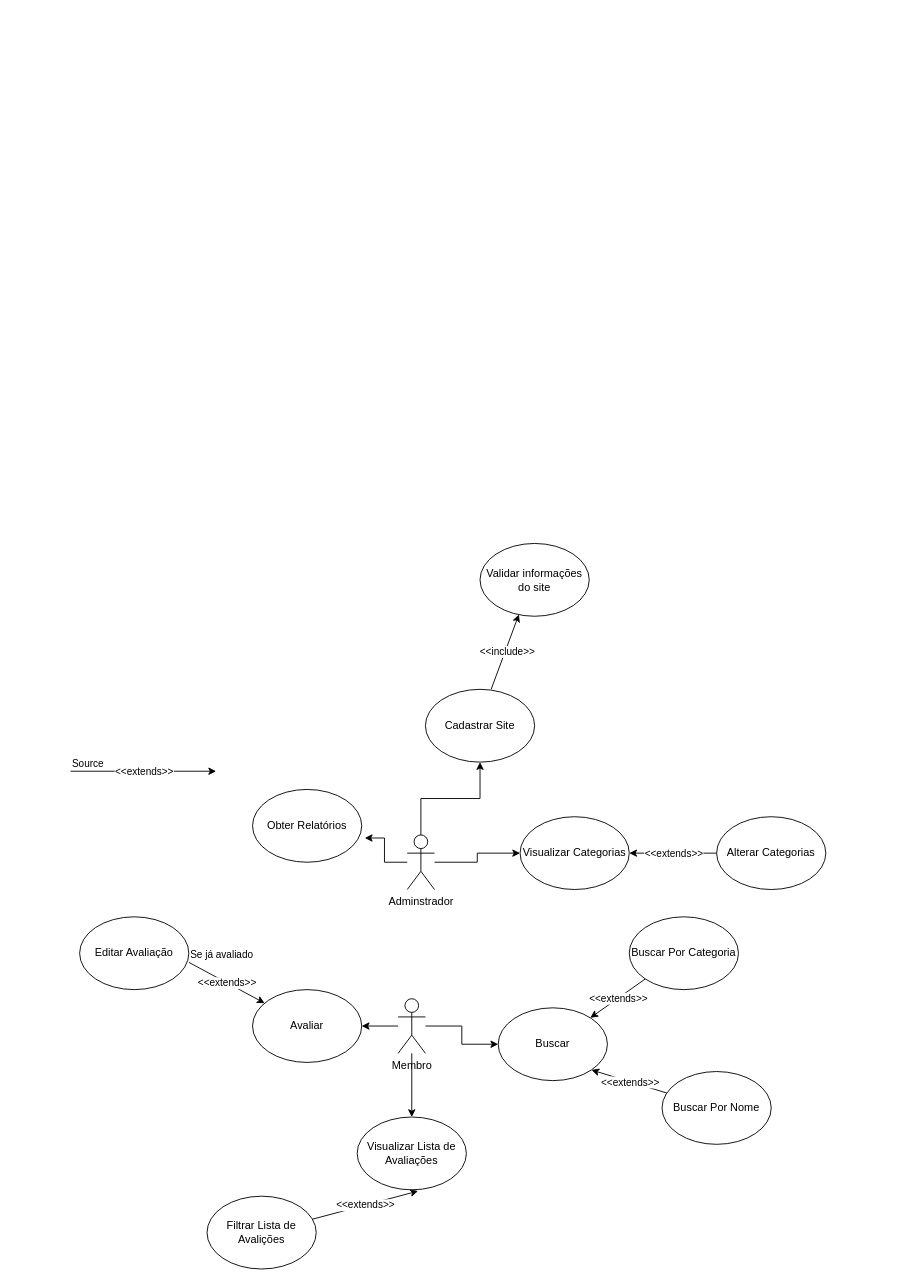
Earlier version of the draw.io diagram Untitled Diagram.drawio (GusAndrade337/Proj_Soft). Source tidied: cells renumbered, new cells numbered last; positions are measured from the earlier drawing's top-left corner, leaving out a move shared by most shapes. Both pictures are drawn from the tidied source at 91%, with x=0, y=0 at pixel (70, 543).
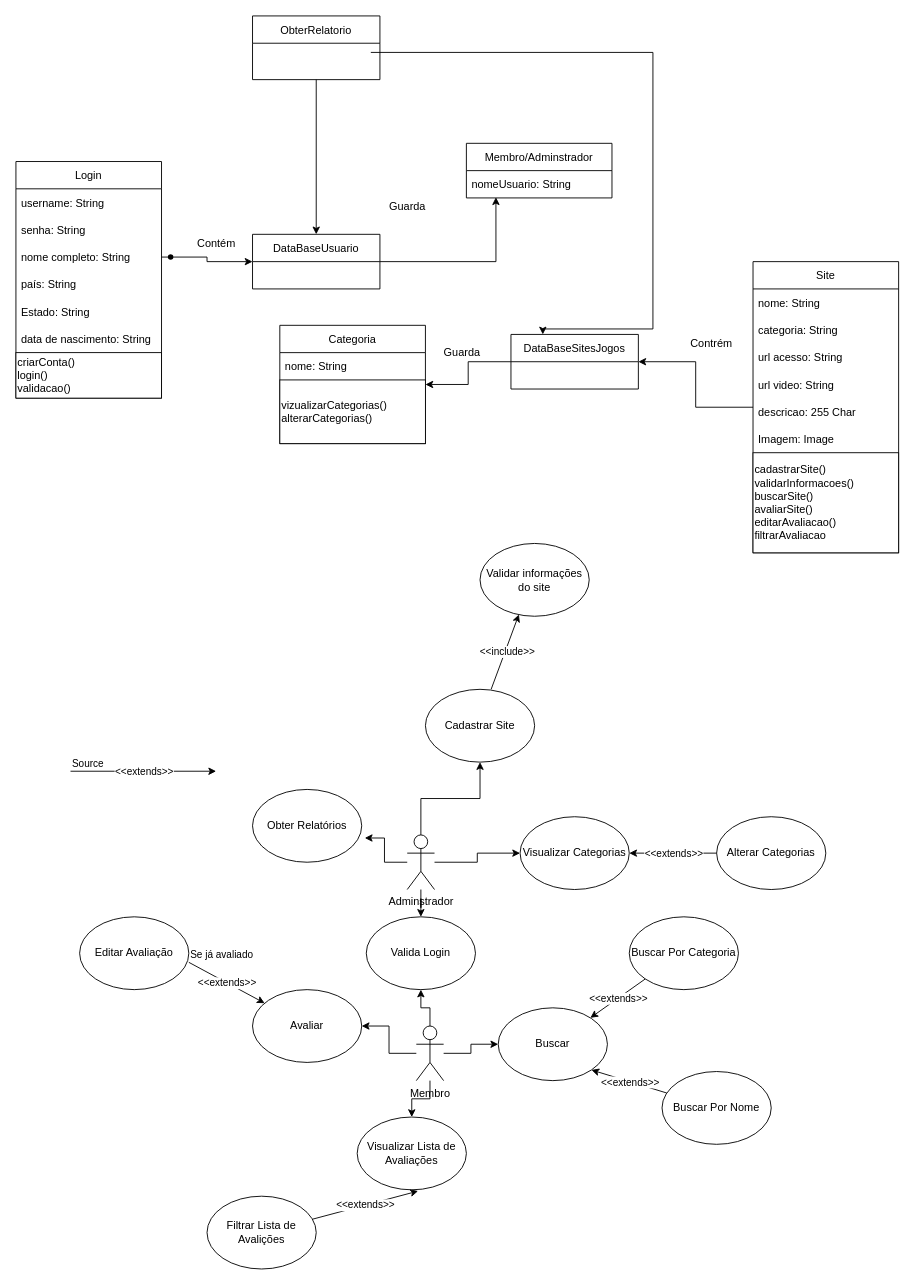
The same page after the edit.

Unchanged cells that the change refers to:
```xml
<mxCell id="5" value="Adminstrador&lt;br&gt;" style="shape=umlActor;verticalLabelPosition=bottom;verticalAlign=top;html=1;outlineConnect=0;" parent="1" vertex="1">
  <mxGeometry x="370" y="320" width="30" height="60" as="geometry" />
</mxCell>
```

Diff of the diagram source:
```diff
@@
+    <mxCell id="38" style="edgeStyle=orthogonalEdgeStyle;rounded=0;jettySize=auto;html=1;" parent="1" edge="1" source="5" target="42">
+      <mxGeometry relative="1" as="geometry" />
+    </mxCell>
@@
+    <mxCell id="39" style="edgeStyle=orthogonalEdgeStyle;rounded=0;jettySize=auto;html=1;entryX=0.5;entryY=1;entryDx=0;entryDy=0;" parent="1" edge="1" source="9" target="42">
+      <mxGeometry relative="1" as="geometry" />
+    </mxCell>
     <mxCell id="9" value="Membro" style="shape=umlActor;verticalLabelPosition=bottom;verticalAlign=top;html=1;outlineConnect=0;" parent="1" vertex="1">
-      <mxGeometry x="360" y="500" width="30" height="60" as="geometry" />
+      <mxGeometry x="380" y="530" width="30" height="60" as="geometry" />
     </mxCell>
@@
+    <mxCell id="40" style="edgeStyle=orthogonalEdgeStyle;rounded=0;jettySize=auto;html=1;entryX=0.203;entryY=0.975;entryDx=0;entryDy=0;entryPerimeter=0;startArrow=none;exitX=1;exitY=0.5;exitDx=0;exitDy=0;" parent="1" edge="1" source="41" target="55">
+      <mxGeometry relative="1" as="geometry" />
+    </mxCell>
+    <mxCell id="41" value="DataBaseUsuario" style="swimlane;fontStyle=0;horizontal=1;startSize=30;" parent="1" vertex="1">
+      <mxGeometry x="200" y="-340" width="140" height="60" as="geometry" />
+    </mxCell>
+    <mxCell id="42" value="Valida Login" style="ellipse;whiteSpace=wrap;html=1;" parent="1" vertex="1">
+      <mxGeometry x="325" y="410" width="120" height="80" as="geometry" />
+    </mxCell>
+    <mxCell id="43" value="Login" style="swimlane;fontStyle=0;horizontal=1;startSize=30;" parent="1" vertex="1">
+      <mxGeometry x="-60" y="-420" width="160" height="260" as="geometry" />
+    </mxCell>
+    <mxCell id="44" value="username: String" style="text;strokeColor=none;fillColor=none;align=left;verticalAlign=middle;spacingLeft=4;spacingRight=4;overflow=hidden;" parent="43" vertex="1">
+      <mxGeometry y="30" width="160" height="30" as="geometry" />
+    </mxCell>
+    <mxCell id="45" value="senha: String" style="text;strokeColor=none;fillColor=none;align=left;verticalAlign=middle;spacingLeft=4;spacingRight=4;overflow=hidden;" parent="43" vertex="1">
+      <mxGeometry y="60" width="160" height="30" as="geometry" />
+    </mxCell>
+    <mxCell id="46" value="nome completo: String" style="text;strokeColor=none;fillColor=none;align=left;verticalAlign=middle;spacingLeft=4;spacingRight=4;overflow=hidden;points=[[0,0.5],[1,0.5]];portConstraint=eastwest;" parent="43" vertex="1">
+      <mxGeometry y="90" width="160" height="30" as="geometry" />
+    </mxCell>
+    <mxCell id="47" value="país: String" style="text;strokeColor=none;fillColor=none;align=left;verticalAlign=middle;spacingLeft=4;spacingRight=4;overflow=hidden;" parent="43" vertex="1">
+      <mxGeometry y="120" width="160" height="30" as="geometry" />
+    </mxCell>
+    <mxCell id="48" value="Estado: String" style="text;strokeColor=none;fillColor=none;align=left;verticalAlign=middle;spacingLeft=4;spacingRight=4;overflow=hidden;" parent="43" vertex="1">
+      <mxGeometry y="150" width="160" height="30" as="geometry" />
+    </mxCell>
+    <mxCell id="49" value="data de nascimento: String" style="text;strokeColor=none;fillColor=none;align=left;verticalAlign=middle;spacingLeft=4;spacingRight=4;overflow=hidden;" parent="43" vertex="1">
+      <mxGeometry y="180" width="160" height="30" as="geometry" />
+    </mxCell>
+    <mxCell id="50" value="criarConta()&lt;br&gt;login()&lt;br&gt;validacao()" style="rounded=0;whiteSpace=wrap;html=1;align=left;" parent="43" vertex="1">
+      <mxGeometry y="210" width="160" height="50" as="geometry" />
+    </mxCell>
+    <mxCell id="51" style="edgeStyle=orthogonalEdgeStyle;rounded=0;jettySize=auto;html=1;entryX=0;entryY=0.5;entryDx=0;entryDy=0;" parent="1" edge="1" source="46" target="41">
+      <mxGeometry relative="1" as="geometry" />
+    </mxCell>
+    <mxCell id="52" value="Contém" style="text;html=1;align=center;verticalAlign=middle;strokeColor=none;fillColor=none;" parent="1" vertex="1">
+      <mxGeometry x="130" y="-340" width="60" height="20" as="geometry" />
+    </mxCell>
+    <mxCell id="53" style="shape=waypoint;sketch=0;fillStyle=solid;size=6;fillColor=none;perimeter=centerPerimeter;" parent="1" vertex="1">
+      <mxGeometry x="30" y="-335" width="160" height="40" as="geometry" />
+    </mxCell>
+    <mxCell id="54" value="Membro/Adminstrador" style="swimlane;fontStyle=0;horizontal=1;startSize=30;" parent="1" vertex="1">
+      <mxGeometry x="435" y="-440" width="160" height="60" as="geometry" />
+    </mxCell>
+    <mxCell id="55" value="nomeUsuario: String" style="text;strokeColor=none;fillColor=none;align=left;verticalAlign=middle;spacingLeft=4;spacingRight=4;overflow=hidden;points=[[0,0.5],[1,0.5]];portConstraint=eastwest;" parent="54" vertex="1">
+      <mxGeometry y="30" width="160" height="30" as="geometry" />
+    </mxCell>
+    <mxCell id="56" value="Guarda" style="text;html=1;align=center;verticalAlign=middle;strokeColor=none;fillColor=none;" parent="1" vertex="1">
+      <mxGeometry x="340" y="-380" width="60" height="20" as="geometry" />
+    </mxCell>
+    <mxCell id="57" style="edgeStyle=orthogonalEdgeStyle;rounded=0;jettySize=auto;html=1;entryX=1;entryY=0.5;entryDx=0;entryDy=0;" parent="1" edge="1" source="58" target="68">
+      <mxGeometry relative="1" as="geometry" />
+    </mxCell>
+    <mxCell id="58" value="DataBaseSitesJogos" style="swimlane;fontStyle=0;horizontal=1;startSize=30;" parent="1" vertex="1">
+      <mxGeometry x="484" y="-230" width="140" height="60" as="geometry" />
+    </mxCell>
+    <mxCell id="59" style="edgeStyle=orthogonalEdgeStyle;rounded=0;jettySize=auto;html=1;" parent="1" edge="1" source="60" target="58">
+      <mxGeometry relative="1" as="geometry" />
+    </mxCell>
+    <mxCell id="60" value="Site" style="swimlane;fontStyle=0;horizontal=1;startSize=30;" parent="1" vertex="1">
+      <mxGeometry x="750" y="-310" width="160" height="320" as="geometry" />
+    </mxCell>
+    <mxCell id="61" value="nome: String" style="text;strokeColor=none;fillColor=none;align=left;verticalAlign=middle;spacingLeft=4;spacingRight=4;overflow=hidden;" parent="60" vertex="1">
+      <mxGeometry y="30" width="160" height="30" as="geometry" />
+    </mxCell>
+    <mxCell id="62" value="categoria: String" style="text;strokeColor=none;fillColor=none;align=left;verticalAlign=middle;spacingLeft=4;spacingRight=4;overflow=hidden;" parent="60" vertex="1">
+      <mxGeometry y="60" width="160" height="30" as="geometry" />
+    </mxCell>
+    <mxCell id="63" value="url acesso: String" style="text;strokeColor=none;fillColor=none;align=left;verticalAlign=middle;spacingLeft=4;spacingRight=4;overflow=hidden;" parent="60" vertex="1">
+      <mxGeometry y="90" width="160" height="30" as="geometry" />
+    </mxCell>
+    <mxCell id="64" value="url video: String" style="text;strokeColor=none;fillColor=none;align=left;verticalAlign=middle;spacingLeft=4;spacingRight=4;overflow=hidden;" parent="60" vertex="1">
+      <mxGeometry y="120" width="160" height="30" as="geometry" />
+    </mxCell>
+    <mxCell id="65" value="descricao: 255 Char" style="text;strokeColor=none;fillColor=none;align=left;verticalAlign=middle;spacingLeft=4;spacingRight=4;overflow=hidden;" parent="60" vertex="1">
+      <mxGeometry y="150" width="160" height="30" as="geometry" />
+    </mxCell>
+    <mxCell id="66" value="Imagem: Image" style="text;strokeColor=none;fillColor=none;align=left;verticalAlign=middle;spacingLeft=4;spacingRight=4;overflow=hidden;" parent="60" vertex="1">
+      <mxGeometry y="180" width="160" height="30" as="geometry" />
+    </mxCell>
+    <mxCell id="67" value="cadastrarSite()&lt;br&gt;validarInformacoes()&lt;br&gt;buscarSite()&lt;br&gt;avaliarSite()&lt;br&gt;editarAvaliacao()&lt;br&gt;filtrarAvaliacao" style="rounded=0;whiteSpace=wrap;html=1;align=left;" parent="60" vertex="1">
+      <mxGeometry y="210" width="160" height="110" as="geometry" />
+    </mxCell>
+    <mxCell id="68" value="Categoria" style="swimlane;fontStyle=0;horizontal=1;startSize=30;" parent="1" vertex="1">
+      <mxGeometry x="230" y="-240" width="160" height="130" as="geometry" />
+    </mxCell>
+    <mxCell id="69" value="nome: String" style="text;strokeColor=none;fillColor=none;align=left;verticalAlign=middle;spacingLeft=4;spacingRight=4;overflow=hidden;" parent="68" vertex="1">
+      <mxGeometry y="30" width="160" height="30" as="geometry" />
+    </mxCell>
+    <mxCell id="70" value="vizualizarCategorias()&lt;br&gt;alterarCategorias()" style="rounded=0;whiteSpace=wrap;html=1;align=left;" parent="68" vertex="1">
+      <mxGeometry y="60" width="160" height="70" as="geometry" />
+    </mxCell>
+    <mxCell id="71" value="Guarda" style="text;html=1;align=center;verticalAlign=middle;strokeColor=none;fillColor=none;" parent="1" vertex="1">
+      <mxGeometry x="400" y="-220" width="60" height="20" as="geometry" />
+    </mxCell>
+    <mxCell id="72" value="Contrém" style="text;html=1;align=center;verticalAlign=middle;strokeColor=none;fillColor=none;" parent="1" vertex="1">
+      <mxGeometry x="674" y="-230" width="60" height="20" as="geometry" />
+    </mxCell>
+    <mxCell id="73" style="edgeStyle=orthogonalEdgeStyle;rounded=0;jettySize=auto;html=1;entryX=0.25;entryY=0;entryDx=0;entryDy=0;" parent="1" edge="1" target="58">
+      <mxGeometry relative="1" as="geometry">
+        <mxPoint x="330" y="-539.9" as="sourcePoint" />
+        <Array as="points">
+          <mxPoint x="640" y="-540" />
+          <mxPoint x="640" y="-236" />
+          <mxPoint x="519" y="-236" />
+        </Array>
+      </mxGeometry>
+    </mxCell>
+    <mxCell id="74" style="edgeStyle=orthogonalEdgeStyle;rounded=0;jettySize=auto;html=1;" parent="1" edge="1" source="75" target="41">
+      <mxGeometry relative="1" as="geometry" />
+    </mxCell>
+    <mxCell id="75" value="ObterRelatorio" style="swimlane;fontStyle=0;horizontal=1;startSize=30;" parent="1" vertex="1">
+      <mxGeometry x="200" y="-580" width="140" height="70" as="geometry" />
+    </mxCell>
```
